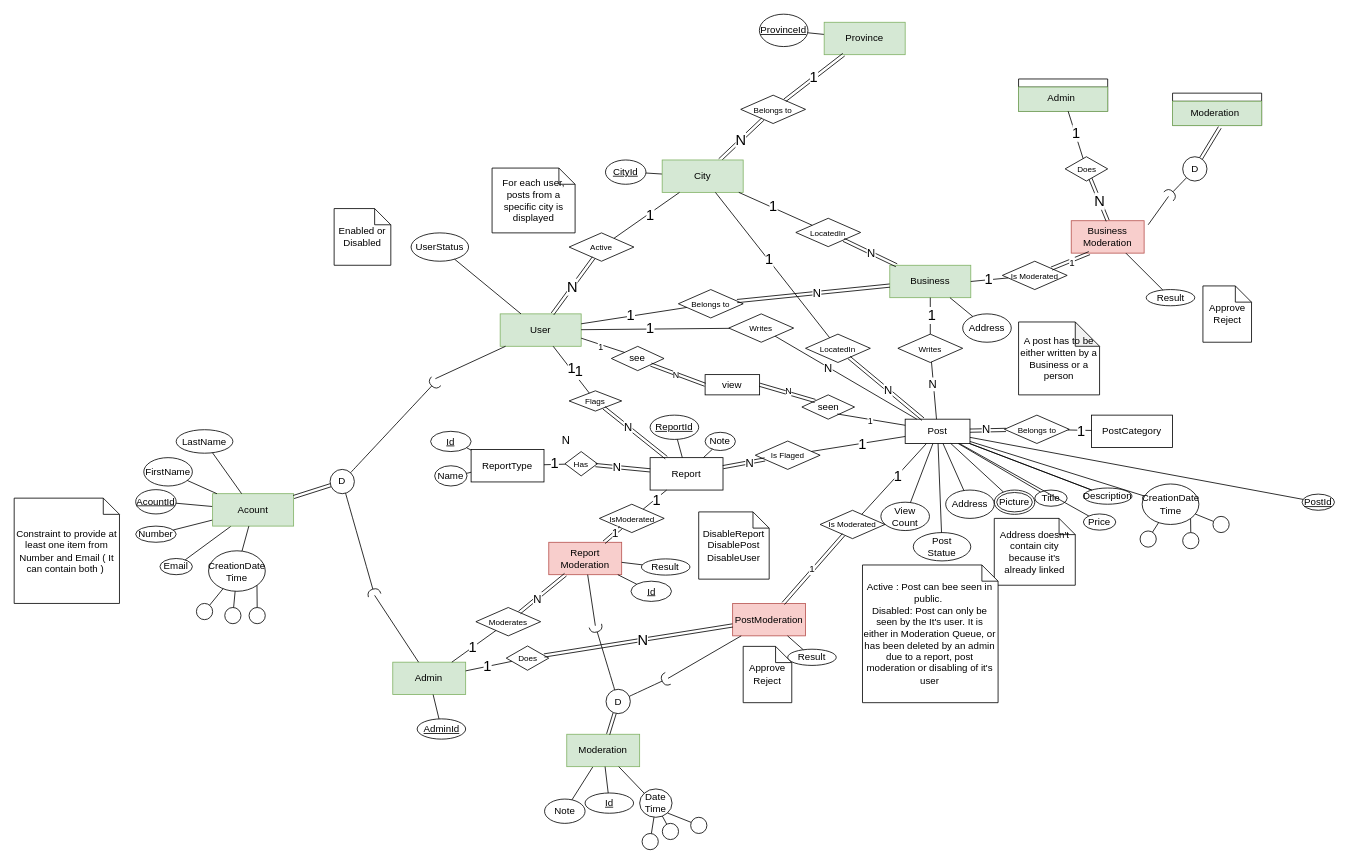
khebrati/HamsellDatabase keeps this draw.io diagram as Project.drawio. Above is the earlier version. Source tidied: cells renumbered, new cells numbered last; positions are measured from the earlier drawing's top-left corner, leaving out a move shared by most shapes. Both pictures are drawn from the tidied source at 81%, with x=0, y=0 at pixel (14, 14).
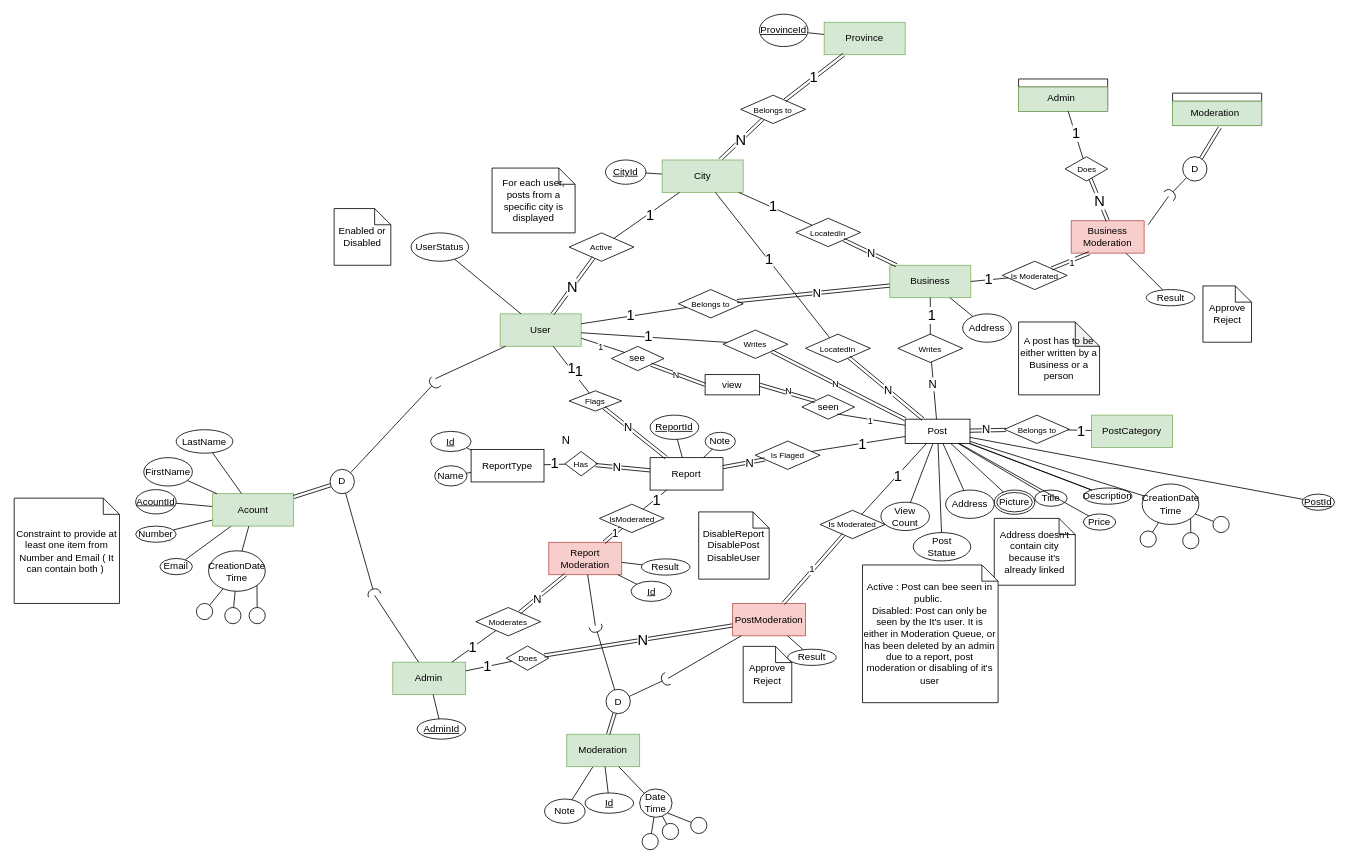
After the change.

Commit message (it also covers changes not shown here):
Post table added

The change refers to these unchanged cells:
```xml
<mxCell id="5" value="Post" style="whiteSpace=wrap;html=1;align=center;" parent="1" vertex="1">
  <mxGeometry x="1100" y="500" width="80" height="30" as="geometry" />
</mxCell>
```

The edit, as a diff of the source:
```diff
@@
     <mxCell id="66" value="&lt;font style=&quot;font-size: 10px;&quot;&gt;Writes&lt;/font&gt;" style="shape=rhombus;perimeter=rhombusPerimeter;whiteSpace=wrap;html=1;align=center;" parent="1" vertex="1">
-      <mxGeometry x="882.3" y="370" width="80" height="35" as="geometry" />
+      <mxGeometry x="875.1" y="390" width="80" height="35" as="geometry" />
     </mxCell>
@@
-    <mxCell id="69" value="PostCategory" style="whiteSpace=wrap;html=1;align=center;" parent="1" vertex="1">
+    <mxCell id="69" value="PostCategory" style="whiteSpace=wrap;html=1;align=center;fillColor=#d5e8d4;strokeColor=#82b366;" parent="1" vertex="1">
       <mxGeometry x="1330.1" y="495" width="100" height="40" as="geometry" />
     </mxCell>
@@
-    <mxCell id="177" style="endArrow=none;html=1;rounded=0;" parent="1" edge="1" source="5" target="66">
-      <mxGeometry relative="1" as="geometry" />
-    </mxCell>
-    <mxCell id="178" value="&lt;font style=&quot;font-size: 14px;&quot;&gt;N&lt;/font&gt;" style="edgeLabel;html=1;align=center;verticalAlign=middle;" parent="177" vertex="1">
-      <mxGeometry x="0.25" y="1" relative="1" as="geometry" />
-    </mxCell>
@@
+    <mxCell id="248" style="shape=link;html=1;rounded=0;exitX=1;exitY=1;exitDx=0;exitDy=0;entryX=0;entryY=0;entryDx=0;entryDy=0;" parent="1" edge="1" source="66" target="5">
+      <mxGeometry relative="1" as="geometry" />
+    </mxCell>
+    <mxCell id="178" value="N" style="edgeLabel;html=1;align=center;verticalAlign=middle;" parent="248" vertex="1">
+      <mxGeometry x="-0.05" y="-1" relative="1" as="geometry" />
+    </mxCell>
```
